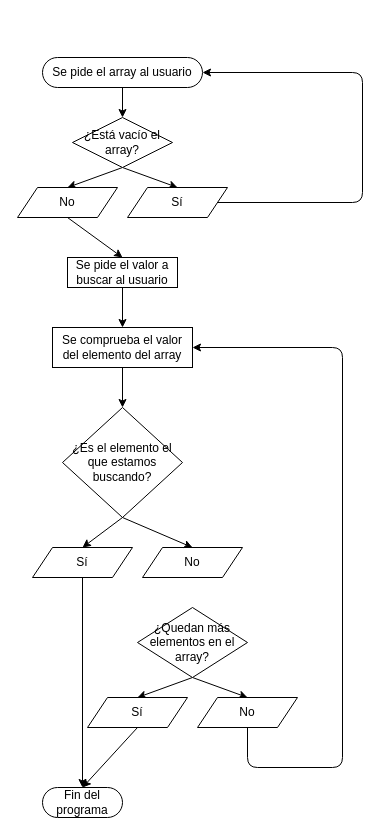
Before: Entornos de Desarrollo/UD2/EjerciciosDiagramas/Ejercicio2.drawio in SchmalbachPenaAlbert/Apuntes, a draw.io diagram. Source tidied: cells renumbered, new cells numbered last; positions are measured from the earlier drawing's top-left corner, leaving out a move shared by most shapes. Both pictures are drawn from the tidied source at 100%, with x=0, y=0 at pixel (17, 57).
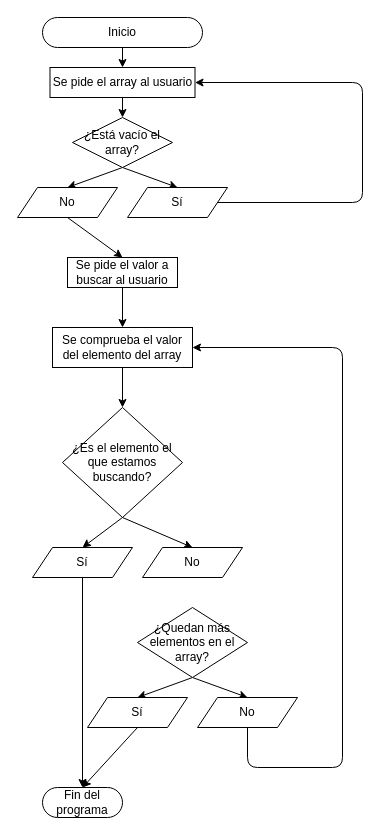
The same page after the edit.

The change refers to these unchanged cells:
```xml
<mxCell id="15" value="¿Está vacío el array?" style="shape=rhombus;html=1;dashed=0;whiteSpace=wrap;perimeter=rhombusPerimeter;" parent="1" vertex="1">
  <mxGeometry x="55" y="60" width="100" height="50" as="geometry" />
</mxCell>
<mxCell id="18" value="Sí" style="shape=parallelogram;perimeter=parallelogramPerimeter;whiteSpace=wrap;html=1;dashed=0;" parent="1" vertex="1">
  <mxGeometry x="110" y="130" width="100" height="30" as="geometry" />
</mxCell>
```

The edit, as a diff of the source:
```diff
@@
-    <mxCell id="2" style="edgeStyle=none;html=1;exitX=0.5;exitY=0.5;exitDx=0;exitDy=15;exitPerimeter=0;entryX=0.5;entryY=0;entryDx=0;entryDy=0;" parent="1" edge="1" source="3" target="15">
-      <mxGeometry relative="1" as="geometry" />
-    </mxCell>
+    <mxCell id="29" style="edgeStyle=none;html=1;exitX=0.5;exitY=0.5;exitDx=0;exitDy=15;exitPerimeter=0;entryX=0.5;entryY=0;entryDx=0;entryDy=0;" parent="1" edge="1" source="3" target="31">
+      <mxGeometry relative="1" as="geometry" />
+    </mxCell>
-    <mxCell id="3" value="Se pide el array al usuario" style="html=1;dashed=0;whiteSpace=wrap;shape=mxgraph.dfd.start;" parent="1" vertex="1">
-      <mxGeometry x="25" width="160" height="30" as="geometry" />
+    <mxCell id="3" value="Inicio" style="html=1;dashed=0;whiteSpace=wrap;shape=mxgraph.dfd.start;" parent="1" vertex="1">
+      <mxGeometry x="25" y="-40" width="160" height="30" as="geometry" />
     </mxCell>
@@
-    <mxCell id="19" style="edgeStyle=none;html=1;exitX=1;exitY=0.5;exitDx=0;exitDy=0;entryX=1;entryY=0.5;entryDx=0;entryDy=0;entryPerimeter=0;" parent="1" edge="1" source="18" target="3">
+    <mxCell id="19" style="edgeStyle=none;html=1;exitX=1;exitY=0.5;exitDx=0;exitDy=0;entryX=1;entryY=0.5;entryDx=0;entryDy=0;" parent="1" edge="1" source="18" target="31">
       <mxGeometry relative="1" as="geometry">
         <Array as="points">
           <mxPoint x="345" y="145" />
-          <mxPoint x="345" y="15" />
+          <mxPoint x="345" y="25" />
         </Array>
       </mxGeometry>
     </mxCell>
@@
+    <mxCell id="30" style="edgeStyle=none;html=1;exitX=0.5;exitY=1;exitDx=0;exitDy=0;entryX=0.5;entryY=0;entryDx=0;entryDy=0;" parent="1" edge="1" source="31" target="15">
+      <mxGeometry relative="1" as="geometry" />
+    </mxCell>
+    <mxCell id="31" value="Se pide el array al usuario" style="html=1;dashed=0;whiteSpace=wrap;" parent="1" vertex="1">
+      <mxGeometry x="32.5" y="10" width="145" height="30" as="geometry" />
+    </mxCell>
```
